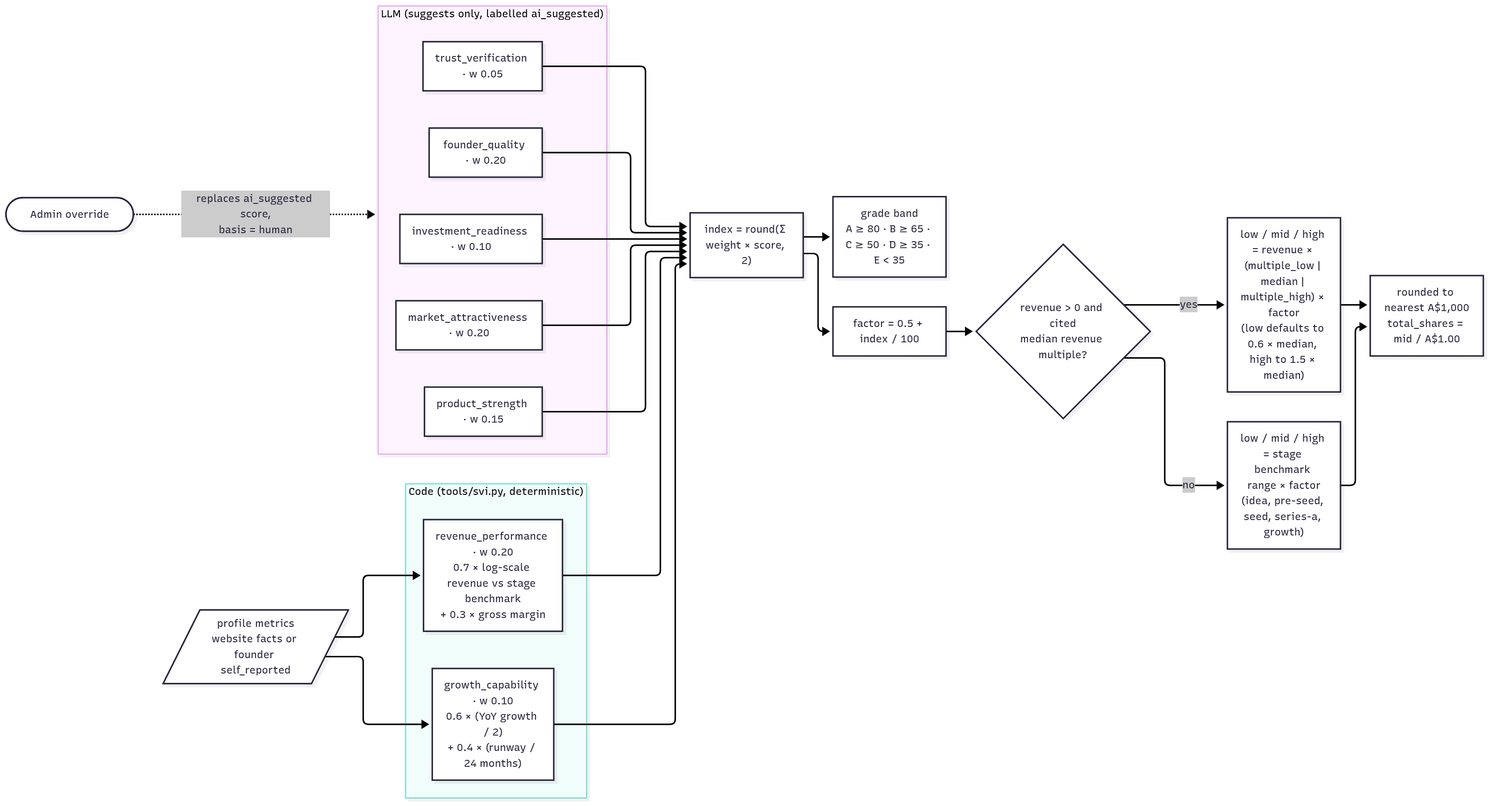
Above: docs/diagrams/04-svi-scoring.png in Blockid-au/eth-blockid-hackathon (Mermaid), before the change. Its source is kept beside it as docs/diagrams/04-svi-scoring.mmd. Its diagram source:
```mermaid
flowchart LR
  subgraph llm["LLM (suggests only, labelled ai_suggested)"]
    f["founder_quality · w 0.20"]
    p["product_strength · w 0.15"]
    m["market_attractiveness · w 0.20"]
    i["investment_readiness · w 0.10"]
    t["trust_verification · w 0.05"]
  end
  subgraph code["Code (tools/svi.py, deterministic)"]
    r["revenue_performance · w 0.20<br/>0.7 × log-scale revenue vs stage benchmark<br/>+ 0.3 × gross margin"]
    g["growth_capability · w 0.10<br/>0.6 × (YoY growth / 2)<br/>+ 0.4 × (runway / 24 months)"]
  end
  metrics[/"profile metrics<br/>website facts or founder self_reported"/] --> r & g
  f & p & m & i & t & r & g --> idx["index = round(Σ weight × score, 2)"]
  idx --> band["grade band<br/>A ≥ 80 · B ≥ 65 · C ≥ 50 · D ≥ 35 · E &lt; 35"]
  idx --> fac["factor = 0.5 + index / 100"]
  fac --> val{"revenue &gt; 0 and cited<br/>median revenue multiple?"}
  val -->|yes| rm["low / mid / high = revenue × (multiple_low | median | multiple_high) × factor<br/>(low defaults to 0.6 × median, high to 1.5 × median)"]
  val -->|no| st["low / mid / high = stage benchmark range × factor<br/>(idea, pre-seed, seed, series-a, growth)"]
  rm & st --> round["rounded to nearest A$1,000<br/>total_shares = mid / A$1.00"]
  human(["Admin override"]) -. "replaces ai_suggested score,<br/>basis = human" .-> llm
```
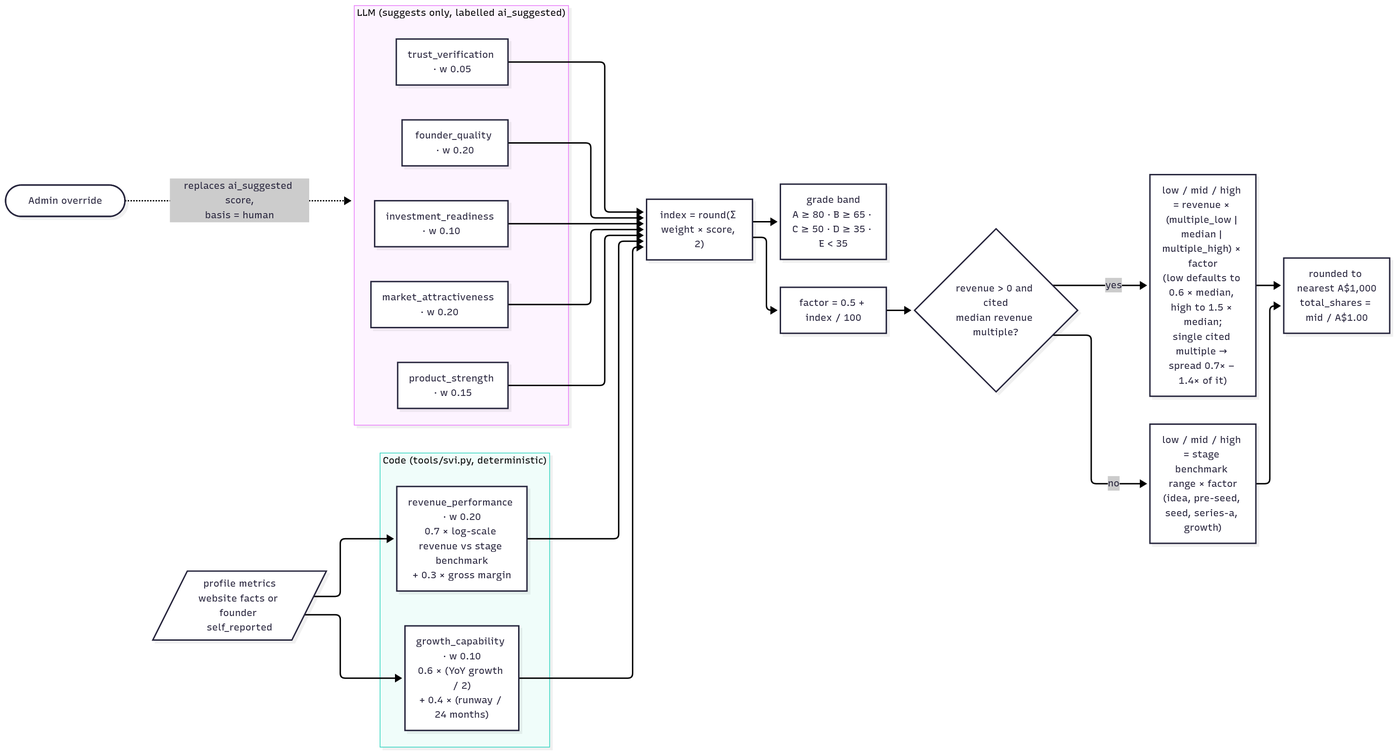
After the commit.

What changed in the source:
```diff
@@ -15,7 +15,7 @@
   idx --> band["grade band<br/>A ≥ 80 · B ≥ 65 · C ≥ 50 · D ≥ 35 · E &lt; 35"]
   idx --> fac["factor = 0.5 + index / 100"]
   fac --> val{"revenue &gt; 0 and cited<br/>median revenue multiple?"}
-  val -->|yes| rm["low / mid / high = revenue × (multiple_low | median | multiple_high) × factor<br/>(low defaults to 0.6 × median, high to 1.5 × median)"]
+  val -->|yes| rm["low / mid / high = revenue × (multiple_low | median | multiple_high) × factor<br/>(low defaults to 0.6 × median, high to 1.5 × median;<br/>single cited multiple → spread 0.7× – 1.4× of it)"]
   val -->|no| st["low / mid / high = stage benchmark range × factor<br/>(idea, pre-seed, seed, series-a, growth)"]
   rm & st --> round["rounded to nearest A$1,000<br/>total_shares = mid / A$1.00"]
   human(["Admin override"]) -. "replaces ai_suggested score,<br/>basis = human" .-> llm
```
